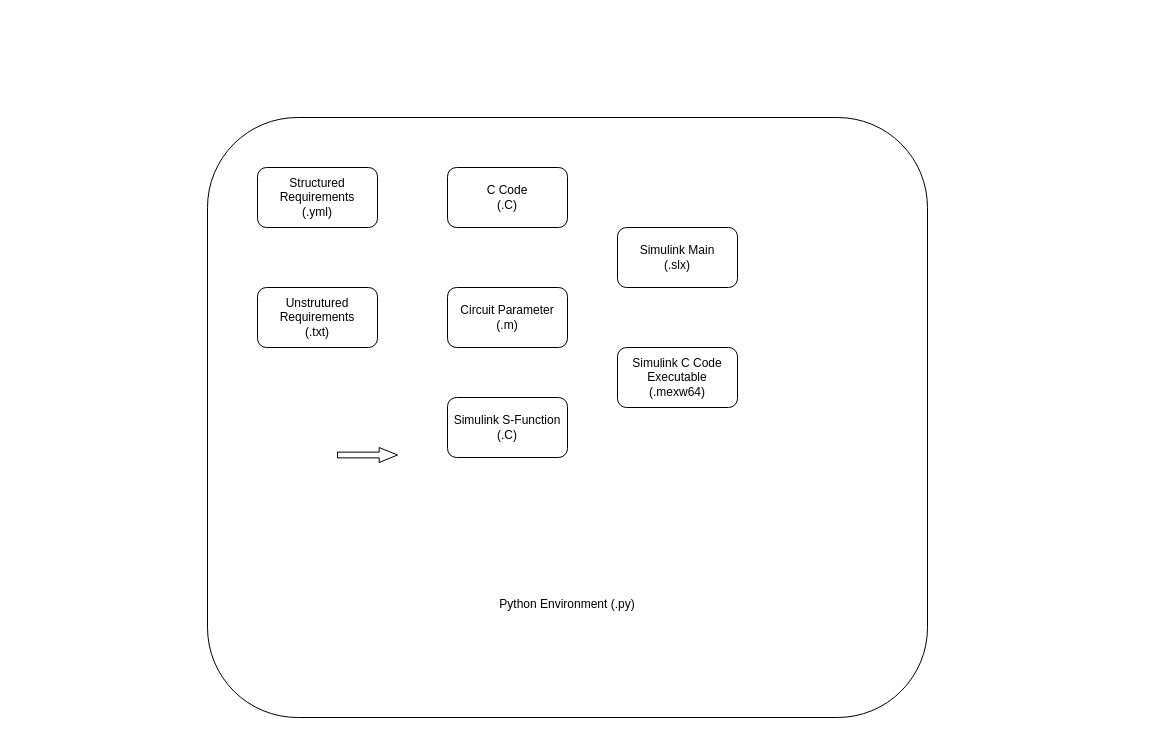
Earlier version of the draw.io diagram images/flowchart.drawio (swangneu/ACSS). Source tidied: cells renumbered, new cells numbered last; positions are measured from the earlier drawing's top-left corner, leaving out a move shared by most shapes. Both pictures are drawn from the tidied source at 100%, with x=0, y=0 at pixel (207, 117).
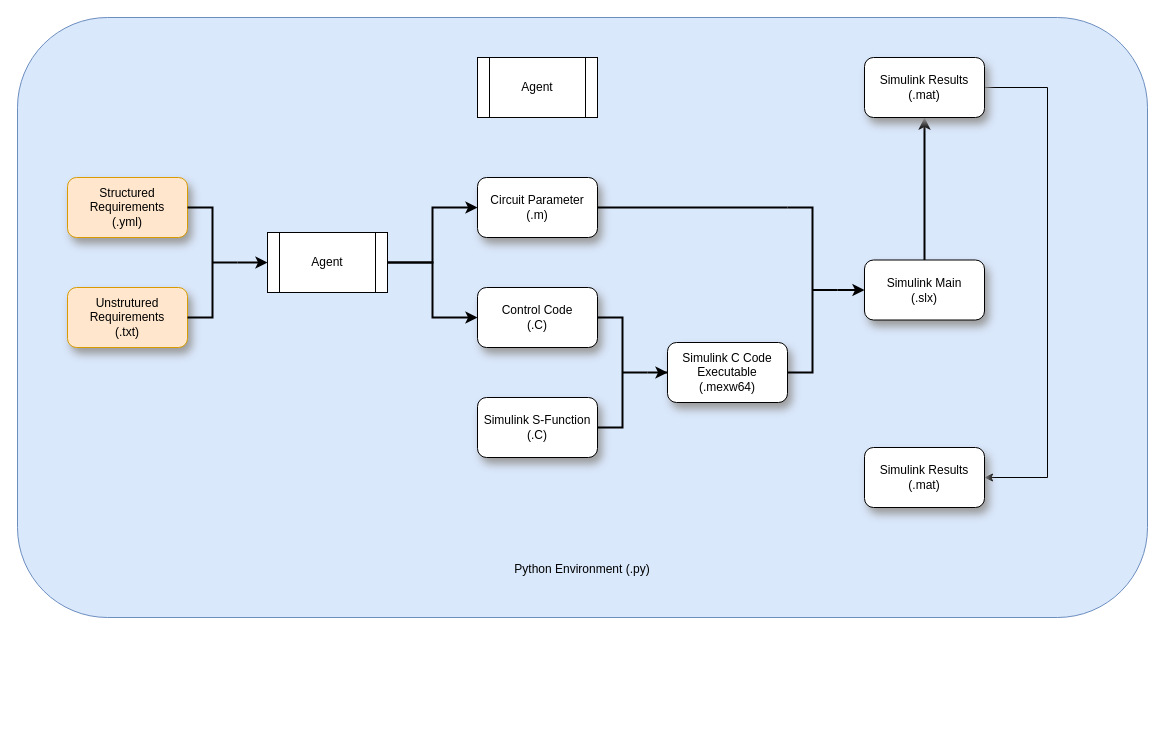
The same diagram, later.

What changed in the source:
```diff
@@
-    <mxCell id="2" value="&lt;div&gt;&lt;br&gt;&lt;/div&gt;&lt;div&gt;&lt;br&gt;&lt;/div&gt;&lt;div&gt;&lt;br&gt;&lt;/div&gt;&lt;div&gt;&lt;br&gt;&lt;/div&gt;&lt;div&gt;&lt;br&gt;&lt;/div&gt;&lt;div&gt;&lt;br&gt;&lt;/div&gt;&lt;div&gt;&lt;br&gt;&lt;/div&gt;&lt;div&gt;&lt;br&gt;&lt;/div&gt;&lt;div&gt;&lt;br&gt;&lt;/div&gt;&lt;div&gt;&lt;br&gt;&lt;/div&gt;&lt;div&gt;&lt;br&gt;&lt;/div&gt;&lt;div&gt;&lt;br&gt;&lt;/div&gt;&lt;div&gt;&lt;br&gt;&lt;/div&gt;&lt;div&gt;&lt;br&gt;&lt;/div&gt;&lt;div&gt;&lt;br&gt;&lt;/div&gt;&lt;div&gt;&lt;br&gt;&lt;/div&gt;&lt;div&gt;&lt;br&gt;&lt;/div&gt;&lt;div&gt;&lt;br&gt;&lt;/div&gt;&lt;div&gt;&lt;br&gt;&lt;/div&gt;&lt;div&gt;&lt;br&gt;&lt;/div&gt;&lt;div&gt;&lt;br&gt;&lt;/div&gt;&lt;div&gt;&lt;br&gt;&lt;/div&gt;&lt;div&gt;&lt;br&gt;&lt;/div&gt;&lt;div&gt;&lt;br&gt;&lt;/div&gt;&lt;div&gt;&lt;br&gt;&lt;/div&gt;&lt;div&gt;&lt;br&gt;&lt;/div&gt;&lt;div&gt;Python Environment (.py)&lt;/div&gt;" style="rounded=1;whiteSpace=wrap;html=1;" parent="1" vertex="1">
-      <mxGeometry width="720" height="600" as="geometry" />
+    <mxCell id="2" value="&lt;div&gt;&lt;br&gt;&lt;/div&gt;&lt;div&gt;&lt;br&gt;&lt;/div&gt;&lt;div&gt;&lt;br&gt;&lt;/div&gt;&lt;div&gt;&lt;br&gt;&lt;/div&gt;&lt;div&gt;&lt;br&gt;&lt;/div&gt;&lt;div&gt;&lt;br&gt;&lt;/div&gt;&lt;div&gt;&lt;br&gt;&lt;/div&gt;&lt;div&gt;&lt;br&gt;&lt;/div&gt;&lt;div&gt;&lt;br&gt;&lt;/div&gt;&lt;div&gt;&lt;br&gt;&lt;/div&gt;&lt;div&gt;&lt;br&gt;&lt;/div&gt;&lt;div&gt;&lt;br&gt;&lt;/div&gt;&lt;div&gt;&lt;br&gt;&lt;/div&gt;&lt;div&gt;&lt;br&gt;&lt;/div&gt;&lt;div&gt;&lt;br&gt;&lt;/div&gt;&lt;div&gt;&lt;br&gt;&lt;/div&gt;&lt;div&gt;&lt;br&gt;&lt;/div&gt;&lt;div&gt;&lt;br&gt;&lt;/div&gt;&lt;div&gt;&lt;br&gt;&lt;/div&gt;&lt;div&gt;&lt;br&gt;&lt;/div&gt;&lt;div&gt;&lt;br&gt;&lt;/div&gt;&lt;div&gt;&lt;br&gt;&lt;/div&gt;&lt;div&gt;&lt;br&gt;&lt;/div&gt;&lt;div&gt;&lt;br&gt;&lt;/div&gt;&lt;div&gt;&lt;br&gt;&lt;/div&gt;&lt;div&gt;&lt;br&gt;&lt;/div&gt;&lt;div&gt;&lt;br&gt;&lt;/div&gt;&lt;div&gt;&lt;br&gt;&lt;/div&gt;&lt;div&gt;&lt;br&gt;&lt;/div&gt;&lt;div&gt;&lt;br&gt;&lt;/div&gt;&lt;div&gt;&lt;br&gt;&lt;/div&gt;&lt;div&gt;&lt;br&gt;&lt;/div&gt;&lt;div&gt;&lt;br&gt;&lt;/div&gt;&lt;div&gt;&lt;br&gt;&lt;/div&gt;&lt;div&gt;&lt;br&gt;&lt;/div&gt;&lt;div&gt;Python Environment (.py)&lt;/div&gt;" style="rounded=1;whiteSpace=wrap;html=1;fillColor=#dae8fc;strokeColor=#6c8ebf;" parent="1" vertex="1">
+      <mxGeometry x="-190" y="-100" width="1130" height="600" as="geometry" />
     </mxCell>
-    <mxCell id="3" style="html=1;shadow=0;dashed=0;align=center;verticalAlign=middle;shape=mxgraph.arrows2.arrow;dy=0.62;dx=18.33;notch=0;" parent="1" vertex="1">
-      <mxGeometry x="130" y="330" width="60" height="15" as="geometry" />
-    </mxCell>
-    <mxCell id="4" value="Structured Requirements&lt;div&gt;(.yml)&lt;/div&gt;" style="rounded=1;whiteSpace=wrap;html=1;" parent="1" vertex="1">
-      <mxGeometry x="50" y="50" width="120" height="60" as="geometry" />
+    <mxCell id="4" value="Structured Requirements&lt;div&gt;(.yml)&lt;/div&gt;" style="rounded=1;whiteSpace=wrap;html=1;shadow=1;shadowOpacity=100;shadowOffsetX=4;shadowOffsetY=6;shadowColor=#999999;shadowBlur=4;fillColor=#ffe6cc;strokeColor=#d79b00;" parent="1" vertex="1">
+      <mxGeometry x="-140" y="60" width="120" height="60" as="geometry" />
     </mxCell>
-    <mxCell id="5" value="Unstrutured Requirements&lt;div&gt;(.txt)&lt;/div&gt;" style="rounded=1;whiteSpace=wrap;html=1;" parent="1" vertex="1">
-      <mxGeometry x="50" y="170" width="120" height="60" as="geometry" />
+    <mxCell id="5" value="Unstrutured Requirements&lt;div&gt;(.txt)&lt;/div&gt;" style="rounded=1;whiteSpace=wrap;html=1;shadow=1;shadowOpacity=100;shadowColor=#999999;shadowOffsetX=4;shadowOffsetY=6;shadowBlur=4;fillColor=#ffe6cc;strokeColor=#d79b00;" parent="1" vertex="1">
+      <mxGeometry x="-140" y="170" width="120" height="60" as="geometry" />
     </mxCell>
-    <mxCell id="6" value="C Code&lt;div&gt;(.C)&lt;/div&gt;" style="rounded=1;whiteSpace=wrap;html=1;" parent="1" vertex="1">
-      <mxGeometry x="240" y="50" width="120" height="60" as="geometry" />
+    <mxCell id="6" value="Control Code&lt;div&gt;(.C)&lt;/div&gt;" style="rounded=1;whiteSpace=wrap;html=1;shadow=1;strokeColor=default;align=center;verticalAlign=middle;shadowOffsetX=4;shadowOffsetY=6;shadowBlur=4;shadowColor=#999999;shadowOpacity=100;fontFamily=Helvetica;fontSize=12;fontColor=default;fillColor=default;" parent="1" vertex="1">
+      <mxGeometry x="270" y="170" width="120" height="60" as="geometry" />
     </mxCell>
-    <mxCell id="7" value="Circuit Parameter&lt;div&gt;(.m)&lt;/div&gt;" style="rounded=1;whiteSpace=wrap;html=1;" parent="1" vertex="1">
-      <mxGeometry x="240" y="170" width="120" height="60" as="geometry" />
+    <mxCell id="7" value="Circuit Parameter&lt;div&gt;(.m)&lt;/div&gt;" style="rounded=1;whiteSpace=wrap;html=1;shadow=1;strokeColor=default;align=center;verticalAlign=middle;shadowOffsetX=4;shadowOffsetY=6;shadowBlur=4;shadowColor=#999999;shadowOpacity=100;fontFamily=Helvetica;fontSize=12;fontColor=default;fillColor=default;" parent="1" vertex="1">
+      <mxGeometry x="270" y="60" width="120" height="60" as="geometry" />
     </mxCell>
+    <mxCell id="11" style="edgeStyle=orthogonalEdgeStyle;rounded=0;jettySize=auto;html=1;exitX=0.5;exitY=0;exitDx=0;exitDy=0;entryX=0.5;entryY=1;entryDx=0;entryDy=0;strokeWidth=2;" parent="1" edge="1" source="8" target="20">
+      <mxGeometry relative="1" as="geometry" />
+    </mxCell>
-    <mxCell id="8" value="Simulink Main&lt;br&gt;&lt;div&gt;(.slx)&lt;/div&gt;" style="rounded=1;whiteSpace=wrap;html=1;" parent="1" vertex="1">
-      <mxGeometry x="410" y="110" width="120" height="60" as="geometry" />
+    <mxCell id="8" value="Simulink Main&lt;br&gt;&lt;div&gt;(.slx)&lt;/div&gt;" style="rounded=1;whiteSpace=wrap;html=1;shadow=1;strokeColor=default;align=center;verticalAlign=middle;shadowOffsetX=4;shadowOffsetY=6;shadowBlur=4;shadowColor=#999999;shadowOpacity=100;fontFamily=Helvetica;fontSize=12;fontColor=default;fillColor=default;" parent="1" vertex="1">
+      <mxGeometry x="657" y="142.5" width="120" height="60" as="geometry" />
     </mxCell>
-    <mxCell id="9" value="Simulink S-Function&lt;div&gt;(.C)&lt;/div&gt;" style="rounded=1;whiteSpace=wrap;html=1;" parent="1" vertex="1">
-      <mxGeometry x="240" y="280" width="120" height="60" as="geometry" />
+    <mxCell id="9" value="Simulink S-Function&lt;div&gt;(.C)&lt;/div&gt;" style="rounded=1;whiteSpace=wrap;html=1;shadow=1;strokeColor=default;align=center;verticalAlign=middle;shadowOffsetX=4;shadowOffsetY=6;shadowBlur=4;shadowColor=#999999;shadowOpacity=100;fontFamily=Helvetica;fontSize=12;fontColor=default;fillColor=default;" parent="1" vertex="1">
+      <mxGeometry x="270" y="280" width="120" height="60" as="geometry" />
     </mxCell>
-    <mxCell id="10" value="Simulink C Code Executable&lt;div&gt;(.mexw64)&lt;/div&gt;" style="rounded=1;whiteSpace=wrap;html=1;" parent="1" vertex="1">
-      <mxGeometry x="410" y="230" width="120" height="60" as="geometry" />
+    <mxCell id="10" value="Simulink C Code Executable&lt;div&gt;(.mexw64)&lt;/div&gt;" style="rounded=1;whiteSpace=wrap;html=1;shadow=1;strokeColor=default;align=center;verticalAlign=middle;shadowOffsetX=4;shadowOffsetY=6;shadowBlur=4;shadowColor=#999999;shadowOpacity=100;fontFamily=Helvetica;fontSize=12;fontColor=default;fillColor=default;" parent="1" vertex="1">
+      <mxGeometry x="460" y="225" width="120" height="60" as="geometry" />
     </mxCell>
+    <mxCell id="12" style="edgeStyle=orthogonalEdgeStyle;rounded=0;jettySize=auto;html=1;entryX=0;entryY=0.5;entryDx=0;entryDy=0;strokeWidth=2;" parent="1" edge="1" source="13" target="10">
+      <mxGeometry relative="1" as="geometry" />
+    </mxCell>
+    <mxCell id="13" style="strokeWidth=2;html=1;shape=mxgraph.flowchart.annotation_2;align=left;labelPosition=right;flipH=1;legacyAnchorPoints=0;" parent="1" vertex="1">
+      <mxGeometry x="390" y="200" width="50" height="110" as="geometry" />
+    </mxCell>
+    <mxCell id="14" style="edgeStyle=orthogonalEdgeStyle;rounded=0;jettySize=auto;html=1;exitX=1;exitY=0.5;exitDx=0;exitDy=0;entryX=0;entryY=0.5;entryDx=0;entryDy=0;strokeWidth=2;" parent="1" edge="1" source="23" target="7">
+      <mxGeometry relative="1" as="geometry" />
+    </mxCell>
+    <mxCell id="15" style="edgeStyle=orthogonalEdgeStyle;rounded=0;jettySize=auto;html=1;exitX=1;exitY=0.5;exitDx=0;exitDy=0;entryX=0;entryY=0.5;entryDx=0;entryDy=0;strokeWidth=2;" parent="1" edge="1" source="23" target="6">
+      <mxGeometry relative="1" as="geometry" />
+    </mxCell>
+    <mxCell id="16" style="edgeStyle=orthogonalEdgeStyle;rounded=0;jettySize=auto;html=1;exitX=1;exitY=0;exitDx=0;exitDy=0;exitPerimeter=0;entryX=1;entryY=0.5;entryDx=0;entryDy=0;endArrow=none;endFill=0;strokeWidth=2;" parent="1" edge="1" source="18" target="7">
+      <mxGeometry relative="1" as="geometry">
+        <Array as="points">
+          <mxPoint x="530" y="90" />
+          <mxPoint x="530" y="90" />
+        </Array>
+      </mxGeometry>
+    </mxCell>
+    <mxCell id="17" style="edgeStyle=orthogonalEdgeStyle;rounded=0;jettySize=auto;html=1;exitX=0;exitY=0.5;exitDx=0;exitDy=0;exitPerimeter=0;entryX=0;entryY=0.5;entryDx=0;entryDy=0;strokeWidth=2;" parent="1" edge="1" source="18" target="8">
+      <mxGeometry relative="1" as="geometry" />
+    </mxCell>
+    <mxCell id="18" style="strokeWidth=2;html=1;shape=mxgraph.flowchart.annotation_2;align=left;labelPosition=right;flipH=1;legacyAnchorPoints=0;" parent="1" vertex="1">
+      <mxGeometry x="580" y="90" width="50" height="165" as="geometry" />
+    </mxCell>
+    <mxCell id="19" style="edgeStyle=orthogonalEdgeStyle;rounded=0;jettySize=auto;html=1;exitX=1;exitY=0.5;exitDx=0;exitDy=0;" parent="1" edge="1" source="20" target="25">
+      <mxGeometry relative="1" as="geometry">
+        <Array as="points">
+          <mxPoint x="840" y="-30" />
+          <mxPoint x="840" y="360" />
+        </Array>
+      </mxGeometry>
+    </mxCell>
+    <mxCell id="20" value="Simulink Results&lt;br&gt;&lt;div&gt;(.mat)&lt;/div&gt;" style="rounded=1;whiteSpace=wrap;html=1;shadow=1;strokeColor=default;align=center;verticalAlign=middle;shadowOffsetX=4;shadowOffsetY=6;shadowBlur=4;shadowColor=#999999;shadowOpacity=100;fontFamily=Helvetica;fontSize=12;fontColor=default;fillColor=default;" parent="1" vertex="1">
+      <mxGeometry x="657" y="-60" width="120" height="60" as="geometry" />
+    </mxCell>
+    <mxCell id="21" style="edgeStyle=orthogonalEdgeStyle;rounded=0;jettySize=auto;html=1;exitX=0;exitY=0.5;exitDx=0;exitDy=0;exitPerimeter=0;entryX=0;entryY=0.5;entryDx=0;entryDy=0;strokeWidth=2;" parent="1" edge="1" source="22" target="23">
+      <mxGeometry relative="1" as="geometry" />
+    </mxCell>
+    <mxCell id="22" style="strokeWidth=2;html=1;shape=mxgraph.flowchart.annotation_2;align=left;labelPosition=right;flipH=1;legacyAnchorPoints=0;" parent="1" vertex="1">
+      <mxGeometry x="-20" y="90" width="50" height="110" as="geometry" />
+    </mxCell>
+    <mxCell id="23" value="Agent" style="shape=process;whiteSpace=wrap;html=1;backgroundOutline=1;" parent="1" vertex="1">
+      <mxGeometry x="60" y="115" width="120" height="60" as="geometry" />
+    </mxCell>
+    <mxCell id="24" value="Agent" style="shape=process;whiteSpace=wrap;html=1;backgroundOutline=1;" parent="1" vertex="1">
+      <mxGeometry x="270" y="-60" width="120" height="60" as="geometry" />
+    </mxCell>
+    <mxCell id="25" value="Simulink Results&lt;br&gt;&lt;div&gt;(.mat)&lt;/div&gt;" style="rounded=1;whiteSpace=wrap;html=1;shadow=1;strokeColor=default;align=center;verticalAlign=middle;shadowOffsetX=4;shadowOffsetY=6;shadowBlur=4;shadowColor=#999999;shadowOpacity=100;fontFamily=Helvetica;fontSize=12;fontColor=default;fillColor=default;" parent="1" vertex="1">
+      <mxGeometry x="657" y="330" width="120" height="60" as="geometry" />
+    </mxCell>
```
